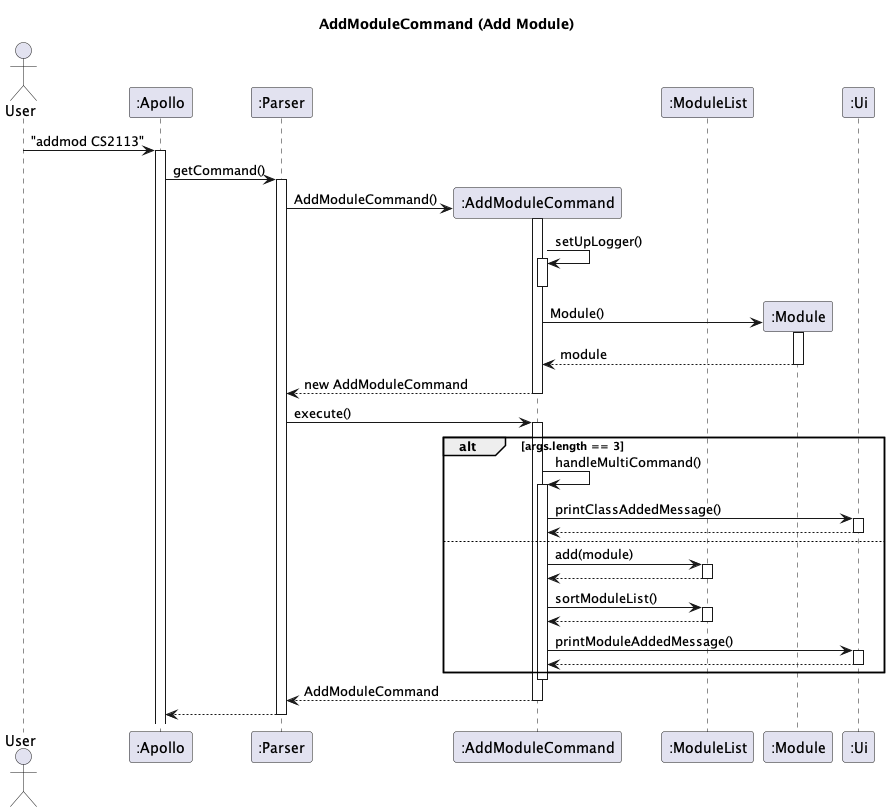
Before: docs/uml-diagrams/AddModule-AddModuleCommand__Add_Module_.png, a diagram exported from PlantUML (nus-cs2113-AY2223S2/tp).
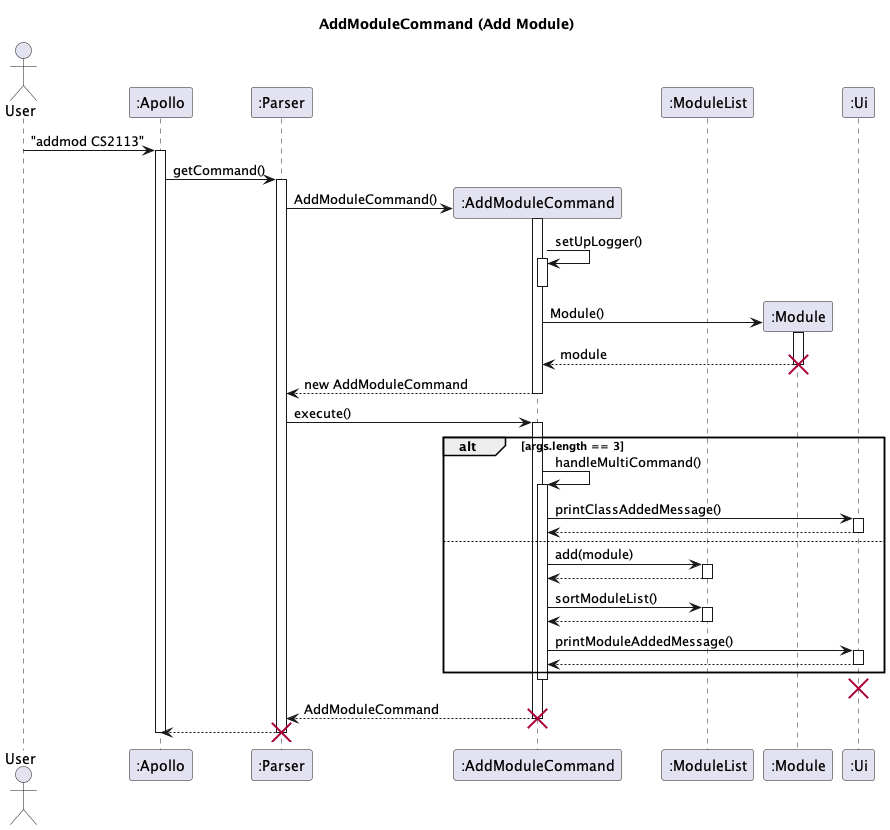
After the commit.

Commit message:
Add crosses to UML diagrams

Change to the diagram source:
```diff
@@ -26,6 +26,7 @@
 activate Module
 Module --> AddModuleCommand : module
 deactivate Module
+destroy Module
 
 AddModuleCommand --> Parser: new AddModuleCommand
 deactivate AddModuleCommand
@@ -57,14 +58,13 @@
 
 end
 deactivate AddModuleCommand
-
+destroy Ui
 AddModuleCommand --> Parser : AddModuleCommand
 deactivate AddModuleCommand
+destroy AddModuleCommand
 Parser --> Apollo
 deactivate Parser
-
-
-
-
+destroy Parser
+deactivate Apollo
 
 @enduml
```
